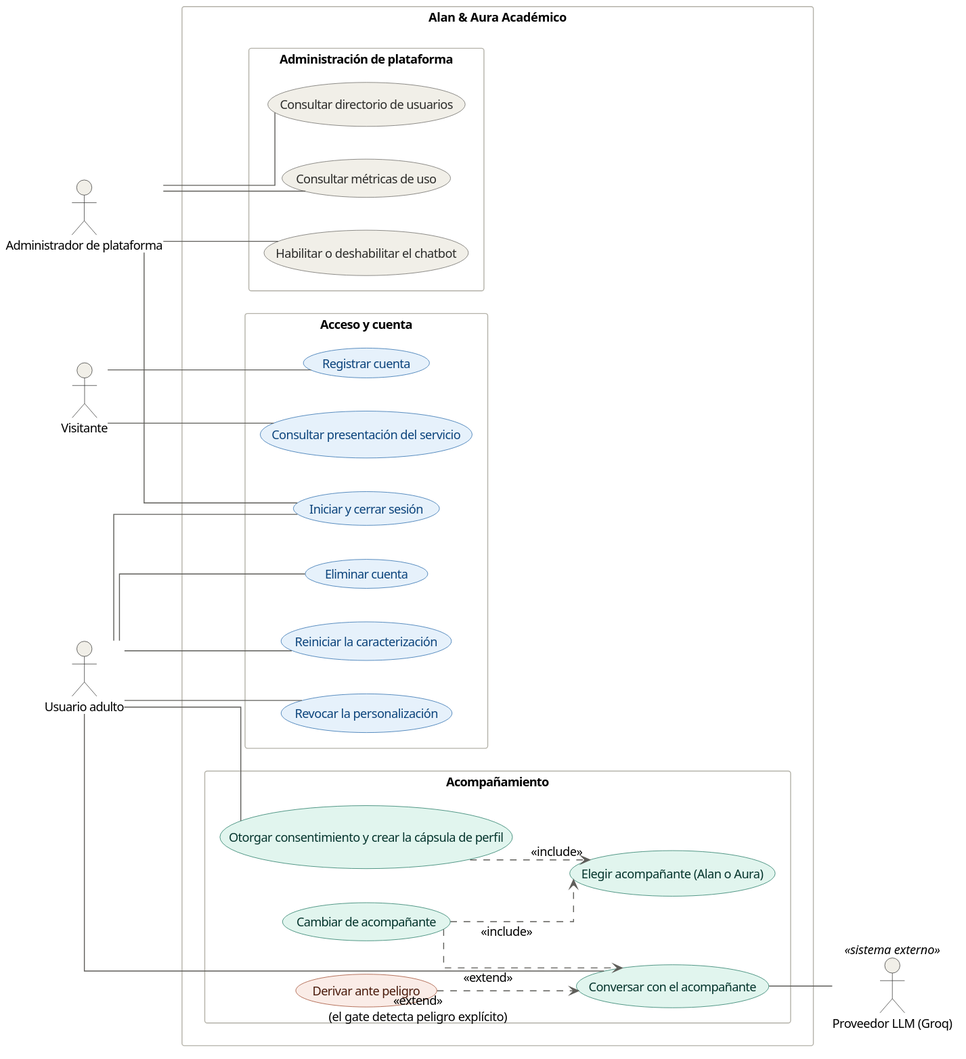
This is docs/07_casos_uso/DCU-01_casos_uso.svg from jonatan8254/alan-aura-academico, a PlantUML export, as it was before one commit.
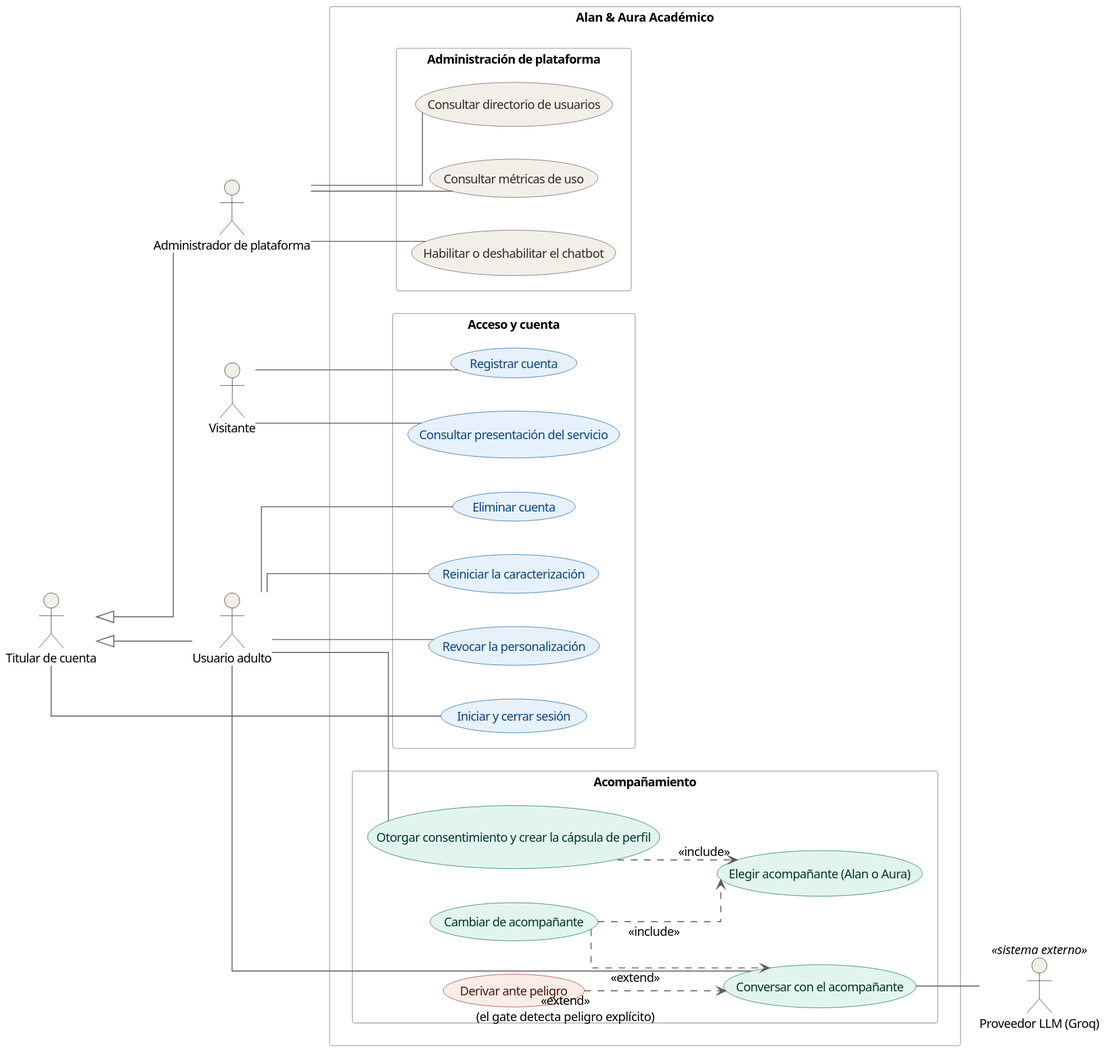
The same file after the commit.

Commit message:
DCU-01: generalizacion de actores (Titular de cuenta)

Change to the diagram source:
```diff
@@ -14,9 +14,13 @@
 skinparam ActorBackgroundColor #F1EFE8
 
 actor "Visitante" as Visitante
+actor "Titular de cuenta" as Titular
 actor "Usuario adulto" as Usuario
 actor "Administrador de plataforma" as Admin
 actor "Proveedor LLM (Groq)" as LLM <<sistema externo>>
+
+Titular <|-- Usuario
+Titular <|-- Admin
 
 rectangle "Alan & Aura Académico" {
   package "Acceso y cuenta" {
@@ -43,13 +47,12 @@
 
 Visitante -- CU_Pres
 Visitante -- CU_Reg
-Usuario -- CU_Login
+Titular -- CU_Login
 Usuario -- CU_Onb
 Usuario -- CU_Chat
 Usuario -- CU_Elim
 Usuario -- CU_Reinit
 Usuario -- CU_Revoc
-Admin -- CU_Login
 Admin -- CU_Dir
 Admin -- CU_Met
 Admin -- CU_Kill
```
